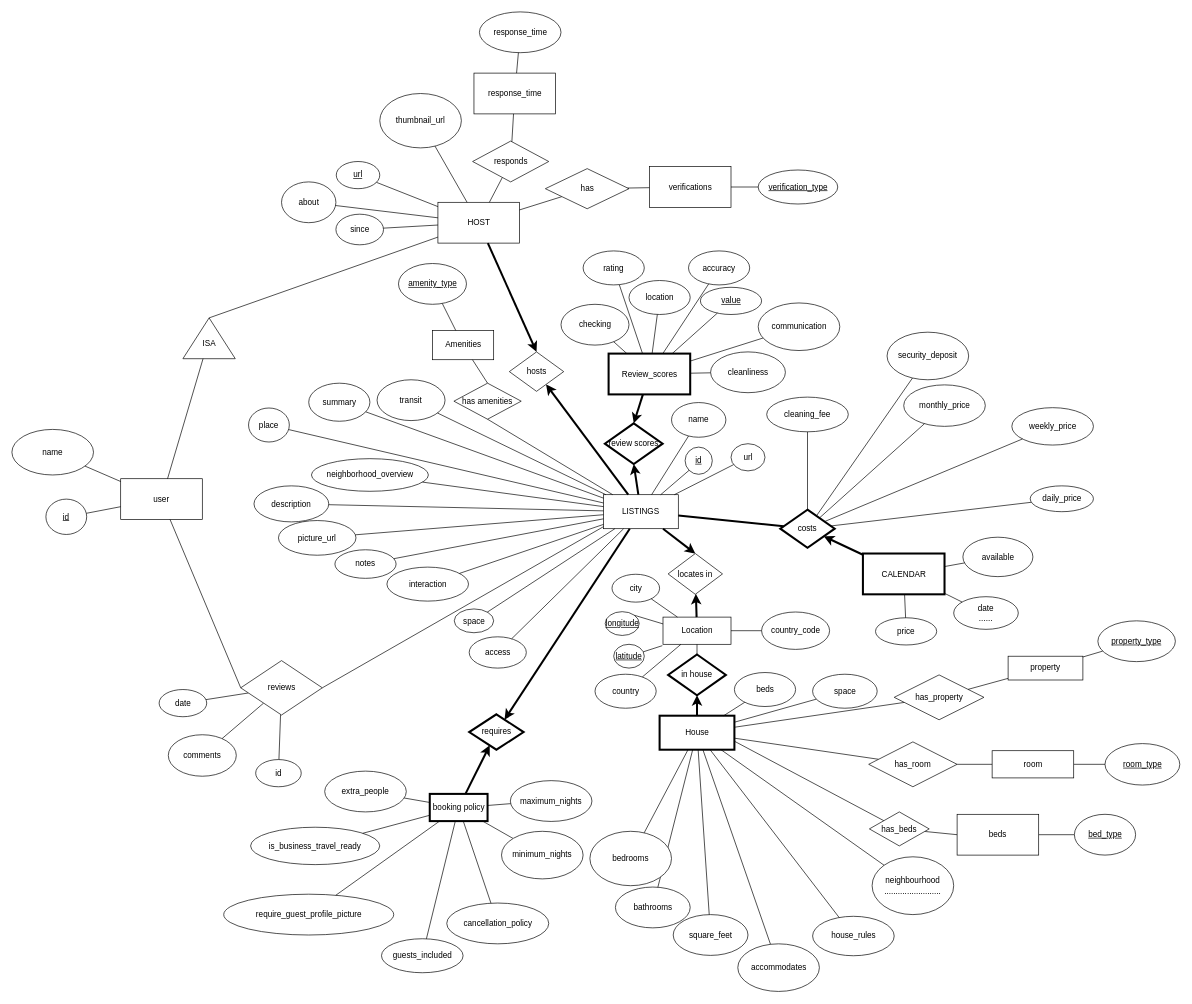
Above: ER_Diagram.drawio in Valentyna-Pavliv/database (draw.io), before the change. Source tidied: cells renumbered, new cells numbered last; positions are measured from the earlier drawing's top-left corner, leaving out a move shared by most shapes. Both pictures are drawn from the tidied source at 68%, with x=0, y=0 at pixel (12, 12).
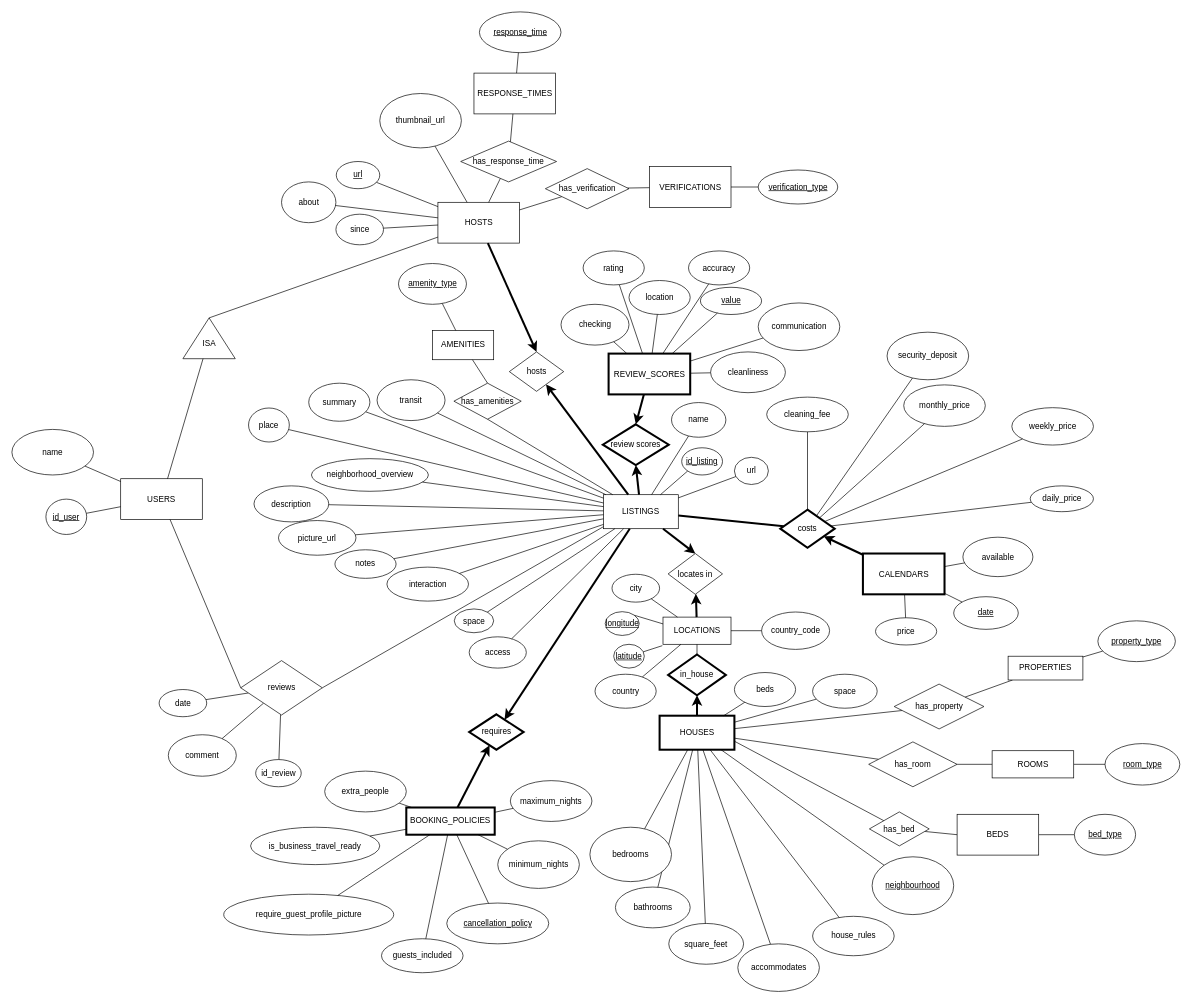
The same diagram, later.

The edit, as a diff of the source:
```diff
@@
     <mxCell id="4" value="review scores" style="rhombus;whiteSpace=wrap;html=1;strokeWidth=3;" parent="1" vertex="1">
-      <mxGeometry x="872" y="605" width="85" height="60" as="geometry" />
+      <mxGeometry x="869" y="606.5" width="97" height="60" as="geometry" />
     </mxCell>
@@
-    <mxCell id="6" value="has amenities" style="rhombus;whiteSpace=wrap;html=1;strokeWidth=1;" parent="1" vertex="1">
+    <mxCell id="6" value="has_amenities&lt;br&gt;" style="rhombus;whiteSpace=wrap;html=1;strokeWidth=1;" parent="1" vertex="1">
       <mxGeometry x="650" y="546" width="99" height="53" as="geometry" />
     </mxCell>
-    <mxCell id="7" value="&lt;div&gt;Amenities&lt;/div&gt;" style="rounded=0;whiteSpace=wrap;html=1;strokeWidth=1;" parent="1" vertex="1">
+    <mxCell id="7" value="&lt;div&gt;AMENITIES&lt;/div&gt;" style="rounded=0;whiteSpace=wrap;html=1;strokeWidth=1;" parent="1" vertex="1">
       <mxGeometry x="618.5" y="468.5" width="90" height="43" as="geometry" />
     </mxCell>
-    <mxCell id="8" value="Location" style="rounded=0;whiteSpace=wrap;html=1;strokeWidth=1;" parent="1" vertex="1">
+    <mxCell id="8" value="LOCATIONS" style="rounded=0;whiteSpace=wrap;html=1;strokeWidth=1;" parent="1" vertex="1">
       <mxGeometry x="957.5" y="890" width="100" height="40" as="geometry" />
     </mxCell>
@@
-    <mxCell id="11" value="in house" style="rhombus;whiteSpace=wrap;html=1;strokeWidth=3;" parent="1" vertex="1">
+    <mxCell id="11" value="in_house" style="rhombus;whiteSpace=wrap;html=1;strokeWidth=3;" parent="1" vertex="1">
       <mxGeometry x="965" y="945" width="85" height="60" as="geometry" />
     </mxCell>
-    <mxCell id="12" value="&lt;div&gt;House&lt;/div&gt;" style="rounded=0;whiteSpace=wrap;html=1;strokeWidth=3;" parent="1" vertex="1">
+    <mxCell id="12" value="&lt;div&gt;HOUSES&lt;/div&gt;" style="rounded=0;whiteSpace=wrap;html=1;strokeWidth=3;" parent="1" vertex="1">
       <mxGeometry x="952.5" y="1035" width="110" height="50" as="geometry" />
     </mxCell>
@@
-    <mxCell id="14" value="booking policy" style="rounded=0;whiteSpace=wrap;html=1;strokeWidth=3;" parent="1" vertex="1">
-      <mxGeometry x="614.5" y="1150" width="85" height="40" as="geometry" />
+    <mxCell id="14" value="BOOKING_POLICIES" style="rounded=0;whiteSpace=wrap;html=1;strokeWidth=3;" parent="1" vertex="1">
+      <mxGeometry x="580" y="1170" width="130" height="40" as="geometry" />
     </mxCell>
@@
-    <mxCell id="16" value="&lt;u&gt;id&lt;/u&gt;" style="ellipse;whiteSpace=wrap;html=1;strokeWidth=1;" parent="1" vertex="1">
-      <mxGeometry x="990" y="640" width="40" height="40" as="geometry" />
+    <mxCell id="16" value="&lt;u&gt;id_listing&lt;/u&gt;" style="ellipse;whiteSpace=wrap;html=1;strokeWidth=1;" parent="1" vertex="1">
+      <mxGeometry x="985" y="641" width="60" height="40" as="geometry" />
     </mxCell>
@@
-    <mxCell id="23" value="CALENDAR" style="rounded=0;whiteSpace=wrap;html=1;strokeWidth=3;" parent="1" vertex="1">
+    <mxCell id="23" value="CALENDARS" style="rounded=0;whiteSpace=wrap;html=1;strokeWidth=3;" parent="1" vertex="1">
       <mxGeometry x="1251.5" y="796.5" width="120" height="60" as="geometry" />
     </mxCell>
-    <mxCell id="24" value="&lt;div&gt;date&lt;/div&gt;&lt;div&gt;......&lt;br&gt;&lt;/div&gt;" style="ellipse;whiteSpace=wrap;html=1;strokeWidth=1;" parent="1" vertex="1">
+    <mxCell id="24" value="&lt;div&gt;&lt;u&gt;date&lt;/u&gt;&lt;/div&gt;" style="ellipse;whiteSpace=wrap;html=1;strokeWidth=1;" parent="1" vertex="1">
       <mxGeometry x="1385" y="860" width="95" height="48" as="geometry" />
     </mxCell>
@@
-    <mxCell id="44" value="cancellation_policy" style="ellipse;whiteSpace=wrap;html=1;" parent="1" vertex="1">
+    <mxCell id="44" value="&lt;u&gt;cancellation_policy&lt;/u&gt;" style="ellipse;whiteSpace=wrap;html=1;" parent="1" vertex="1">
       <mxGeometry x="639.5" y="1310.5" width="150" height="60" as="geometry" />
     </mxCell>
@@
     <mxCell id="64" value="bedrooms" style="ellipse;whiteSpace=wrap;html=1;" parent="1" vertex="1">
-      <mxGeometry x="850" y="1205" width="120" height="80" as="geometry" />
+      <mxGeometry x="850" y="1199" width="120" height="80" as="geometry" />
     </mxCell>
@@
     <mxCell id="70" value="square_feet" style="ellipse;whiteSpace=wrap;html=1;" parent="1" vertex="1">
-      <mxGeometry x="972.5" y="1327.5" width="110" height="60" as="geometry" />
+      <mxGeometry x="966" y="1340.5" width="110" height="60" as="geometry" />
     </mxCell>
@@
-    <mxCell id="78" value="&lt;div&gt;neighbourhood&lt;/div&gt;&lt;div&gt;.........................&lt;/div&gt;" style="ellipse;whiteSpace=wrap;html=1;" parent="1" vertex="1">
+    <mxCell id="78" value="&lt;div&gt;&lt;u&gt;neighbourhood&lt;/u&gt;&lt;/div&gt;" style="ellipse;whiteSpace=wrap;html=1;" parent="1" vertex="1">
       <mxGeometry x="1265" y="1242.5" width="120" height="85" as="geometry" />
     </mxCell>
@@
     <mxCell id="82" value="url" style="ellipse;whiteSpace=wrap;html=1;" parent="1" vertex="1">
-      <mxGeometry x="1057.5" y="635" width="50" height="40" as="geometry" />
+      <mxGeometry x="1062.5" y="655" width="50" height="40" as="geometry" />
     </mxCell>
@@
-    <mxCell id="94" value="id" style="ellipse;whiteSpace=wrap;html=1;strokeWidth=1;" parent="1" vertex="1">
+    <mxCell id="94" value="id_review" style="ellipse;whiteSpace=wrap;html=1;strokeWidth=1;" parent="1" vertex="1">
       <mxGeometry x="358.5" y="1099.5" width="67" height="40" as="geometry" />
     </mxCell>
@@
-    <mxCell id="98" value="comments" style="ellipse;whiteSpace=wrap;html=1;strokeWidth=1;" parent="1" vertex="1">
+    <mxCell id="98" value="comment" style="ellipse;whiteSpace=wrap;html=1;strokeWidth=1;" parent="1" vertex="1">
       <mxGeometry x="230" y="1063" width="100" height="61" as="geometry" />
     </mxCell>
@@
-    <mxCell id="104" value="HOST" style="rounded=0;whiteSpace=wrap;html=1;strokeWidth=1;" parent="1" vertex="1">
+    <mxCell id="104" value="HOSTS" style="rounded=0;whiteSpace=wrap;html=1;strokeWidth=1;" parent="1" vertex="1">
       <mxGeometry x="626.5" y="280" width="120" height="60" as="geometry" />
     </mxCell>
@@
-    <mxCell id="109" value="response_time" style="ellipse;whiteSpace=wrap;html=1;" parent="1" vertex="1">
+    <mxCell id="109" value="&lt;u&gt;response_time&lt;/u&gt;" style="ellipse;whiteSpace=wrap;html=1;" parent="1" vertex="1">
       <mxGeometry x="687.5" width="120" height="60" as="geometry" />
     </mxCell>
@@
     <mxCell id="121" value="minimum_nights" style="ellipse;whiteSpace=wrap;html=1;" parent="1" vertex="1">
-      <mxGeometry x="720" y="1205" width="120" height="70" as="geometry" />
+      <mxGeometry x="714.5" y="1219" width="120" height="70" as="geometry" />
     </mxCell>
@@
-    <mxCell id="147" value="user" style="rounded=0;whiteSpace=wrap;html=1;strokeWidth=1;" parent="1" vertex="1">
+    <mxCell id="147" value="USERS" style="rounded=0;whiteSpace=wrap;html=1;strokeWidth=1;" parent="1" vertex="1">
       <mxGeometry x="160" y="686.5" width="120" height="60" as="geometry" />
     </mxCell>
@@
-    <mxCell id="153" value="&lt;u&gt;id&lt;/u&gt;" style="ellipse;whiteSpace=wrap;html=1;strokeWidth=1;" parent="1" vertex="1">
+    <mxCell id="153" value="&lt;u&gt;id_user&lt;/u&gt;" style="ellipse;whiteSpace=wrap;html=1;strokeWidth=1;" parent="1" vertex="1">
       <mxGeometry x="50" y="716.5" width="60" height="52" as="geometry" />
     </mxCell>
@@
-    <mxCell id="158" value="has" style="rhombus;whiteSpace=wrap;html=1;strokeWidth=1;" parent="1" vertex="1">
+    <mxCell id="158" value="has_verification" style="rhombus;whiteSpace=wrap;html=1;strokeWidth=1;" parent="1" vertex="1">
       <mxGeometry x="784.5" y="230.5" width="123" height="59" as="geometry" />
     </mxCell>
@@
-    <mxCell id="163" value="has_beds&lt;br&gt;" style="rhombus;whiteSpace=wrap;html=1;strokeWidth=1;" parent="1" vertex="1">
+    <mxCell id="163" value="has_bed&lt;br&gt;" style="rhombus;whiteSpace=wrap;html=1;strokeWidth=1;" parent="1" vertex="1">
       <mxGeometry x="1261" y="1176.5" width="88" height="50" as="geometry" />
     </mxCell>
-    <mxCell id="164" value="beds" style="rounded=0;whiteSpace=wrap;html=1;strokeWidth=1;" parent="1" vertex="1">
+    <mxCell id="164" value="BEDS" style="rounded=0;whiteSpace=wrap;html=1;strokeWidth=1;" parent="1" vertex="1">
       <mxGeometry x="1390" y="1180" width="120" height="60" as="geometry" />
     </mxCell>
-    <mxCell id="165" value="&lt;span&gt;verifications&lt;/span&gt;" style="rounded=0;whiteSpace=wrap;html=1;strokeWidth=1;" parent="1" vertex="1">
+    <mxCell id="165" value="&lt;span&gt;VERIFICATIONS&lt;/span&gt;" style="rounded=0;whiteSpace=wrap;html=1;strokeWidth=1;" parent="1" vertex="1">
       <mxGeometry x="937.5" y="227.5" width="120" height="60" as="geometry" />
     </mxCell>
@@
-    <mxCell id="167" value="Review_scores" style="rounded=0;whiteSpace=wrap;html=1;strokeWidth=3;direction=west;" parent="1" vertex="1">
+    <mxCell id="167" value="REVIEW_SCORES" style="rounded=0;whiteSpace=wrap;html=1;strokeWidth=3;direction=west;" parent="1" vertex="1">
       <mxGeometry x="877.5" y="502.5" width="120" height="60" as="geometry" />
     </mxCell>
@@
     <mxCell id="171" value="has_property" style="rhombus;whiteSpace=wrap;html=1;" parent="1" vertex="1">
-      <mxGeometry x="1297.5" y="975" width="132" height="66" as="geometry" />
+      <mxGeometry x="1297.5" y="988.5" width="132" height="66" as="geometry" />
     </mxCell>
@@
-    <mxCell id="175" value="property" style="rounded=0;whiteSpace=wrap;html=1;" parent="1" vertex="1">
+    <mxCell id="175" value="PROPERTIES" style="rounded=0;whiteSpace=wrap;html=1;" parent="1" vertex="1">
       <mxGeometry x="1465" y="947.5" width="110" height="35" as="geometry" />
     </mxCell>
-    <mxCell id="176" value="room" style="rounded=0;whiteSpace=wrap;html=1;" parent="1" vertex="1">
+    <mxCell id="176" value="ROOMS" style="rounded=0;whiteSpace=wrap;html=1;" parent="1" vertex="1">
       <mxGeometry x="1441.5" y="1086.5" width="120" height="40" as="geometry" />
     </mxCell>
@@
-    <mxCell id="179" value="responds" style="rhombus;whiteSpace=wrap;html=1;" parent="1" vertex="1">
-      <mxGeometry x="677.5" y="190" width="112" height="60" as="geometry" />
+    <mxCell id="179" value="has_response_time" style="rhombus;whiteSpace=wrap;html=1;" parent="1" vertex="1">
+      <mxGeometry x="660" y="190" width="141" height="60" as="geometry" />
     </mxCell>
-    <mxCell id="180" value="response_time" style="rounded=0;whiteSpace=wrap;html=1;" parent="1" vertex="1">
+    <mxCell id="180" value="RESPONSE_TIMES" style="rounded=0;whiteSpace=wrap;html=1;" parent="1" vertex="1">
       <mxGeometry x="679.5" y="90" width="120" height="60" as="geometry" />
     </mxCell>
```
